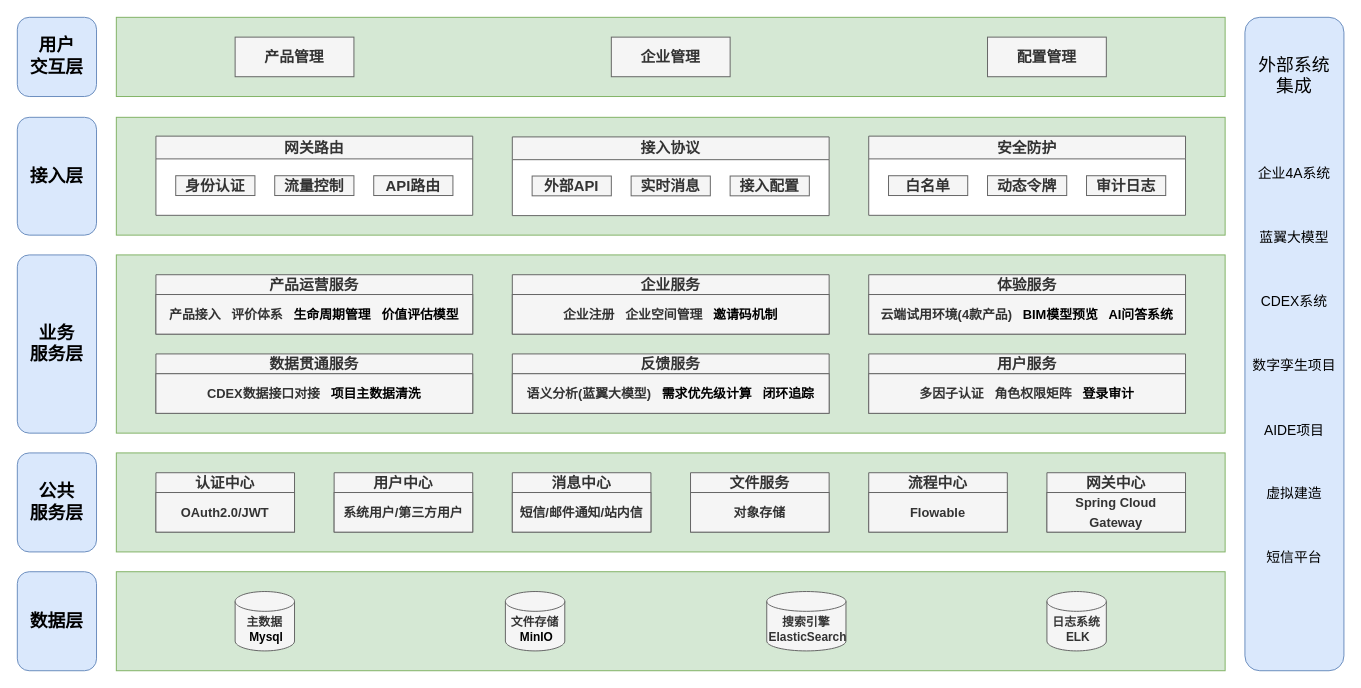
The draw.io diagram page "系统架构" (6 of 7) of others/产品中心.drawio in Qunz/drawio, before the edit. Source tidied: cells renumbered, new cells numbered last; positions are measured from the earlier drawing's top-left corner, leaving out a move shared by most shapes. Both pictures are drawn from the tidied source at 99%, with x=0, y=0 at pixel (17, 17).
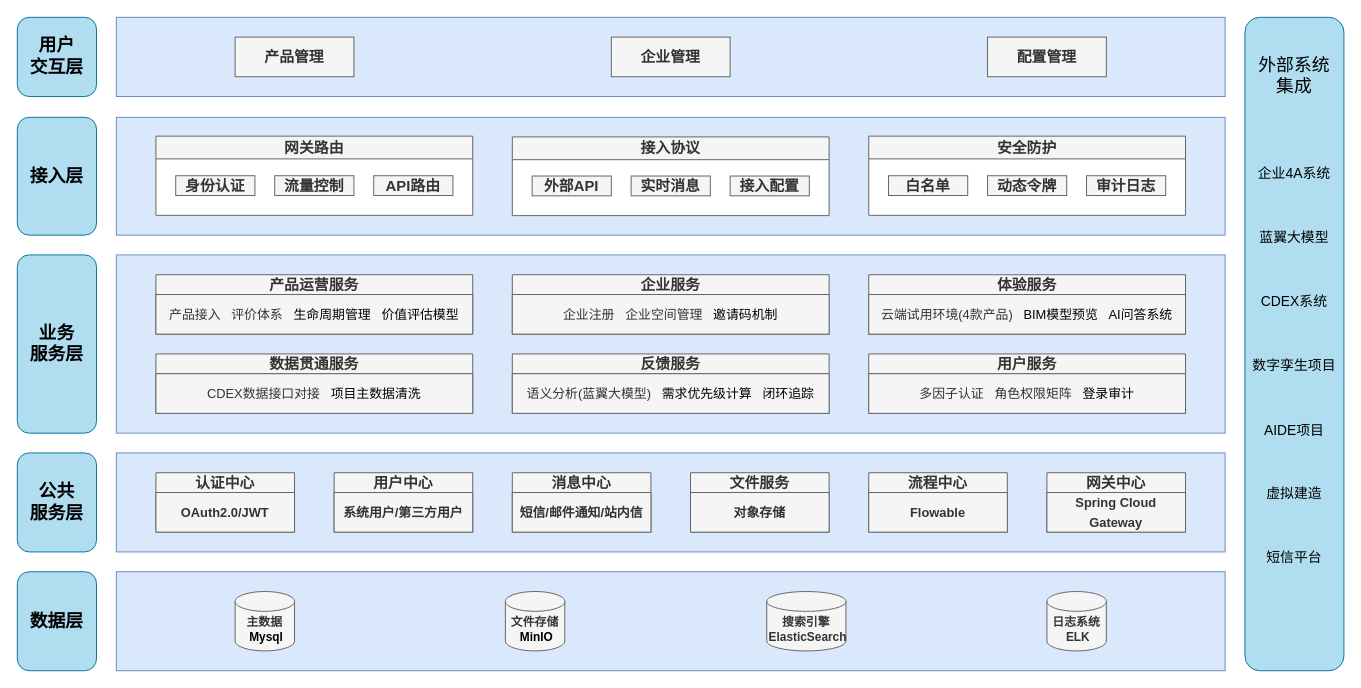
The same diagram, later.

Commit message:
更新产品中心.drawio

The change refers to these unchanged cells:
```xml
<mxCell id="27" value="产品运营服务" style="swimlane;whiteSpace=wrap;html=1;startSize=20;fillColor=#f5f5f5;strokeColor=#666666;rounded=0;align=center;verticalAlign=middle;fontFamily=Helvetica;fontSize=15;fontColor=#333333;fontStyle=1;" parent="1" vertex="1">
  <mxGeometry x="140" y="260" width="320" height="60" as="geometry" />
</mxCell>
<mxCell id="29" value="企业服务" style="swimlane;whiteSpace=wrap;html=1;startSize=20;fillColor=#f5f5f5;strokeColor=#666666;rounded=0;align=center;verticalAlign=middle;fontFamily=Helvetica;fontSize=15;fontColor=#333333;fontStyle=1;" parent="1" vertex="1">
  <mxGeometry x="500" y="260" width="320" height="60" as="geometry" />
</mxCell>
<mxCell id="31" value="用户服务" style="swimlane;whiteSpace=wrap;html=1;startSize=20;fillColor=#f5f5f5;strokeColor=#666666;rounded=0;align=center;verticalAlign=middle;fontFamily=Helvetica;fontSize=15;fontColor=#333333;fontStyle=1;" parent="1" vertex="1">
  <mxGeometry x="860" y="340" width="320" height="60" as="geometry" />
</mxCell>
<mxCell id="33" value="体验服务" style="swimlane;whiteSpace=wrap;html=1;startSize=20;fillColor=#f5f5f5;strokeColor=#666666;rounded=0;align=center;verticalAlign=middle;fontFamily=Helvetica;fontSize=15;fontColor=#333333;fontStyle=1;" parent="1" vertex="1">
  <mxGeometry x="860" y="260" width="320" height="60" as="geometry" />
</mxCell>
<mxCell id="35" value="反馈服务" style="swimlane;whiteSpace=wrap;html=1;startSize=20;fillColor=#f5f5f5;strokeColor=#666666;rounded=0;align=center;verticalAlign=middle;fontFamily=Helvetica;fontSize=15;fontColor=#333333;fontStyle=1;" parent="1" vertex="1">
  <mxGeometry x="500" y="340" width="320" height="60" as="geometry" />
</mxCell>
<mxCell id="37" value="数据贯通服务" style="swimlane;whiteSpace=wrap;html=1;startSize=20;fillColor=#f5f5f5;strokeColor=#666666;rounded=0;align=center;verticalAlign=middle;fontFamily=Helvetica;fontSize=15;fontColor=#333333;fontStyle=1;" parent="1" vertex="1">
  <mxGeometry x="140" y="340" width="320" height="60" as="geometry" />
</mxCell>
```

Diff of the diagram source:
```diff
@@
-    <mxCell id="2" value="公共&lt;div&gt;服务层&lt;/div&gt;" style="rounded=1;whiteSpace=wrap;html=1;fontStyle=1;fontSize=18;labelBackgroundColor=none;fillColor=#dae8fc;strokeColor=#6c8ebf;align=center;verticalAlign=middle;fontFamily=Helvetica;" parent="1" vertex="1">
+    <mxCell id="2" value="公共&lt;div&gt;服务层&lt;/div&gt;" style="rounded=1;whiteSpace=wrap;html=1;fontStyle=1;fontSize=18;labelBackgroundColor=none;fillColor=#b1ddf0;strokeColor=#10739e;align=center;verticalAlign=middle;fontFamily=Helvetica;" parent="1" vertex="1">
       <mxGeometry y="440" width="80" height="100" as="geometry" />
     </mxCell>
-    <mxCell id="3" value="用户&lt;div&gt;交互层&lt;/div&gt;" style="rounded=1;whiteSpace=wrap;html=1;fontStyle=1;fontSize=18;labelBackgroundColor=none;fillColor=#dae8fc;strokeColor=#6c8ebf;align=center;verticalAlign=middle;fontFamily=Helvetica;" parent="1" vertex="1">
+    <mxCell id="3" value="用户&lt;div&gt;交互层&lt;/div&gt;" style="rounded=1;whiteSpace=wrap;html=1;fontStyle=1;fontSize=18;labelBackgroundColor=none;fillColor=#b1ddf0;strokeColor=#10739e;align=center;verticalAlign=middle;fontFamily=Helvetica;" parent="1" vertex="1">
       <mxGeometry width="80" height="80" as="geometry" />
     </mxCell>
-    <mxCell id="4" style="rounded=0;whiteSpace=wrap;html=1;fillColor=#d5e8d4;labelBackgroundColor=none;strokeColor=#82b366;align=center;verticalAlign=middle;fontFamily=Helvetica;fontSize=12;" parent="1" vertex="1">
+    <mxCell id="4" style="rounded=0;whiteSpace=wrap;html=1;fillColor=#dae8fc;labelBackgroundColor=none;strokeColor=#6c8ebf;align=center;verticalAlign=middle;fontFamily=Helvetica;fontSize=12;" parent="1" vertex="1">
       <mxGeometry x="100" width="1120" height="80" as="geometry" />
     </mxCell>
-    <mxCell id="5" value="接入层" style="rounded=1;whiteSpace=wrap;html=1;fontStyle=1;fontSize=18;labelBackgroundColor=none;fillColor=#dae8fc;strokeColor=#6c8ebf;align=center;verticalAlign=middle;fontFamily=Helvetica;" parent="1" vertex="1">
+    <mxCell id="5" value="接入层" style="rounded=1;whiteSpace=wrap;html=1;fontStyle=1;fontSize=18;labelBackgroundColor=none;fillColor=#b1ddf0;strokeColor=#10739e;align=center;verticalAlign=middle;fontFamily=Helvetica;" parent="1" vertex="1">
       <mxGeometry y="101" width="80" height="119" as="geometry" />
     </mxCell>
-    <mxCell id="6" style="rounded=0;whiteSpace=wrap;html=1;fillColor=#d5e8d4;strokeColor=#82b366;align=center;verticalAlign=middle;fontFamily=Helvetica;fontSize=12;labelBackgroundColor=none;" parent="1" vertex="1">
+    <mxCell id="6" style="rounded=0;whiteSpace=wrap;html=1;fillColor=#dae8fc;strokeColor=#6c8ebf;align=center;verticalAlign=middle;fontFamily=Helvetica;fontSize=12;labelBackgroundColor=none;" parent="1" vertex="1">
       <mxGeometry x="100" y="101" width="1120" height="119" as="geometry" />
     </mxCell>
-    <mxCell id="7" value="业务&lt;div&gt;服务层&lt;/div&gt;" style="rounded=1;whiteSpace=wrap;html=1;fontStyle=1;fontSize=18;labelBackgroundColor=none;fillColor=#dae8fc;strokeColor=#6c8ebf;align=center;verticalAlign=middle;fontFamily=Helvetica;" parent="1" vertex="1">
+    <mxCell id="7" value="业务&lt;div&gt;服务层&lt;/div&gt;" style="rounded=1;whiteSpace=wrap;html=1;fontStyle=1;fontSize=18;labelBackgroundColor=none;fillColor=#b1ddf0;strokeColor=#10739e;align=center;verticalAlign=middle;fontFamily=Helvetica;" parent="1" vertex="1">
       <mxGeometry y="240" width="80" height="180" as="geometry" />
     </mxCell>
-    <mxCell id="8" style="rounded=0;whiteSpace=wrap;html=1;fillColor=#d5e8d4;strokeColor=#82b366;align=center;verticalAlign=middle;fontFamily=Helvetica;fontSize=12;labelBackgroundColor=none;" parent="1" vertex="1">
+    <mxCell id="8" style="rounded=0;whiteSpace=wrap;html=1;fillColor=#dae8fc;strokeColor=#6c8ebf;align=center;verticalAlign=middle;fontFamily=Helvetica;fontSize=12;labelBackgroundColor=none;" parent="1" vertex="1">
       <mxGeometry x="100" y="240" width="1120" height="180" as="geometry" />
     </mxCell>
-    <mxCell id="9" style="rounded=0;whiteSpace=wrap;html=1;fillColor=#d5e8d4;strokeColor=#82b366;align=center;verticalAlign=middle;fontFamily=Helvetica;fontSize=12;labelBackgroundColor=none;" parent="1" vertex="1">
+    <mxCell id="9" style="rounded=0;whiteSpace=wrap;html=1;fillColor=#dae8fc;strokeColor=#6c8ebf;align=center;verticalAlign=middle;fontFamily=Helvetica;fontSize=12;labelBackgroundColor=none;" parent="1" vertex="1">
       <mxGeometry x="100" y="440" width="1120" height="100" as="geometry" />
     </mxCell>
-    <mxCell id="10" value="数据层" style="rounded=1;whiteSpace=wrap;html=1;fontStyle=1;fontSize=18;labelBackgroundColor=none;fillColor=#dae8fc;strokeColor=#6c8ebf;align=center;verticalAlign=middle;fontFamily=Helvetica;" parent="1" vertex="1">
+    <mxCell id="10" value="数据层" style="rounded=1;whiteSpace=wrap;html=1;fontStyle=1;fontSize=18;labelBackgroundColor=none;fillColor=#b1ddf0;strokeColor=#10739e;align=center;verticalAlign=middle;fontFamily=Helvetica;" parent="1" vertex="1">
       <mxGeometry y="560" width="80" height="100" as="geometry" />
     </mxCell>
-    <mxCell id="11" style="rounded=0;whiteSpace=wrap;html=1;fillColor=#d5e8d4;strokeColor=#82b366;align=center;verticalAlign=middle;fontFamily=Helvetica;fontSize=12;labelBackgroundColor=none;" parent="1" vertex="1">
+    <mxCell id="11" style="rounded=0;whiteSpace=wrap;html=1;fillColor=#dae8fc;strokeColor=#6c8ebf;align=center;verticalAlign=middle;fontFamily=Helvetica;fontSize=12;labelBackgroundColor=none;" parent="1" vertex="1">
       <mxGeometry x="100" y="560" width="1120" height="100" as="geometry" />
     </mxCell>
@@
-    <mxCell id="28" value="&lt;div style=&quot;line-height: 150%;&quot;&gt;产品接入&amp;nbsp; &amp;nbsp;评价体系&amp;nbsp; &amp;nbsp;&lt;span style=&quot;background-color: transparent; color: light-dark(rgb(0, 0, 0), rgb(255, 255, 255));&quot;&gt;生命周期管理&amp;nbsp; &amp;nbsp;价值评估模型&lt;/span&gt;&lt;/div&gt;" style="text;html=1;align=center;verticalAlign=middle;whiteSpace=wrap;rounded=0;spacing=2;spacingTop=0;fillColor=#f5f5f5;strokeColor=#666666;fontFamily=Helvetica;fontSize=13;fontColor=#333333;fontStyle=1;" parent="27" vertex="1">
+    <mxCell id="28" value="&lt;div style=&quot;line-height: 150%;&quot;&gt;产品接入&amp;nbsp; &amp;nbsp;评价体系&amp;nbsp; &amp;nbsp;&lt;span style=&quot;background-color: transparent; color: light-dark(rgb(0, 0, 0), rgb(255, 255, 255));&quot;&gt;生命周期管理&amp;nbsp; &amp;nbsp;价值评估模型&lt;/span&gt;&lt;/div&gt;" style="text;html=1;align=center;verticalAlign=middle;whiteSpace=wrap;rounded=0;spacing=2;spacingTop=0;fillColor=#f5f5f5;strokeColor=#666666;fontFamily=Helvetica;fontSize=13;fontColor=#333333;fontStyle=0;" parent="27" vertex="1">
       <mxGeometry y="20" width="320" height="40" as="geometry" />
     </mxCell>
@@
-    <mxCell id="30" value="&lt;div style=&quot;line-height: 150%;&quot;&gt;企业注册&amp;nbsp; &amp;nbsp;企业空间管理&amp;nbsp; &amp;nbsp;&lt;span style=&quot;background-color: transparent; color: light-dark(rgb(0, 0, 0), rgb(255, 255, 255));&quot;&gt;邀请码机制&lt;/span&gt;&lt;/div&gt;" style="text;html=1;align=center;verticalAlign=middle;whiteSpace=wrap;rounded=0;fillColor=#f5f5f5;strokeColor=#666666;fontFamily=Helvetica;fontSize=13;fontColor=#333333;fontStyle=1;" parent="29" vertex="1">
+    <mxCell id="30" value="&lt;div style=&quot;line-height: 150%;&quot;&gt;企业注册&amp;nbsp; &amp;nbsp;企业空间管理&amp;nbsp; &amp;nbsp;&lt;span style=&quot;background-color: transparent; color: light-dark(rgb(0, 0, 0), rgb(255, 255, 255));&quot;&gt;邀请码机制&lt;/span&gt;&lt;/div&gt;" style="text;html=1;align=center;verticalAlign=middle;whiteSpace=wrap;rounded=0;fillColor=#f5f5f5;strokeColor=#666666;fontFamily=Helvetica;fontSize=13;fontColor=#333333;fontStyle=0;" parent="29" vertex="1">
       <mxGeometry y="20" width="320" height="40" as="geometry" />
     </mxCell>
@@
-    <mxCell id="32" value="&lt;div style=&quot;line-height: 150%;&quot;&gt;多因子认证&amp;nbsp; &amp;nbsp;角色权限矩阵&amp;nbsp; &amp;nbsp;&lt;span style=&quot;background-color: transparent; color: light-dark(rgb(0, 0, 0), rgb(255, 255, 255));&quot;&gt;登录审计&lt;/span&gt;&lt;/div&gt;" style="text;html=1;align=center;verticalAlign=middle;whiteSpace=wrap;rounded=0;fillColor=#f5f5f5;strokeColor=#666666;fontFamily=Helvetica;fontSize=13;fontColor=#333333;fontStyle=1;" parent="31" vertex="1">
+    <mxCell id="32" value="&lt;div style=&quot;line-height: 150%;&quot;&gt;多因子认证&amp;nbsp; &amp;nbsp;角色权限矩阵&amp;nbsp; &amp;nbsp;&lt;span style=&quot;background-color: transparent; color: light-dark(rgb(0, 0, 0), rgb(255, 255, 255));&quot;&gt;登录审计&lt;/span&gt;&lt;/div&gt;" style="text;html=1;align=center;verticalAlign=middle;whiteSpace=wrap;rounded=0;fillColor=#f5f5f5;strokeColor=#666666;fontFamily=Helvetica;fontSize=13;fontColor=#333333;fontStyle=0;" parent="31" vertex="1">
       <mxGeometry y="20" width="320" height="40" as="geometry" />
     </mxCell>
@@
-    <mxCell id="34" value="&lt;div style=&quot;line-height: 150%;&quot;&gt;云端试用环境(4款产品)&amp;nbsp; &amp;nbsp;&lt;span style=&quot;background-color: transparent; color: light-dark(rgb(0, 0, 0), rgb(255, 255, 255));&quot;&gt;BIM模型预览&amp;nbsp; &amp;nbsp;AI问答系统&lt;/span&gt;&lt;/div&gt;" style="text;html=1;align=center;verticalAlign=middle;whiteSpace=wrap;rounded=0;fillColor=#f5f5f5;strokeColor=#666666;fontFamily=Helvetica;fontSize=13;fontColor=#333333;fontStyle=1;" parent="33" vertex="1">
+    <mxCell id="34" value="&lt;div style=&quot;line-height: 150%;&quot;&gt;云端试用环境(4款产品)&amp;nbsp; &amp;nbsp;&lt;span style=&quot;background-color: transparent; color: light-dark(rgb(0, 0, 0), rgb(255, 255, 255));&quot;&gt;BIM模型预览&amp;nbsp; &amp;nbsp;AI问答系统&lt;/span&gt;&lt;/div&gt;" style="text;html=1;align=center;verticalAlign=middle;whiteSpace=wrap;rounded=0;fillColor=#f5f5f5;strokeColor=#666666;fontFamily=Helvetica;fontSize=13;fontColor=#333333;fontStyle=0;" parent="33" vertex="1">
       <mxGeometry y="20" width="320" height="40" as="geometry" />
     </mxCell>
@@
-    <mxCell id="36" value="&lt;div style=&quot;line-height: 150%;&quot;&gt;语义分析(蓝翼大模型)&amp;nbsp; &amp;nbsp;&lt;span style=&quot;background-color: transparent; color: light-dark(rgb(0, 0, 0), rgb(255, 255, 255));&quot;&gt;需求优先级计算&amp;nbsp; &amp;nbsp;闭环追踪&lt;/span&gt;&lt;/div&gt;" style="text;html=1;align=center;verticalAlign=middle;whiteSpace=wrap;rounded=0;fillColor=#f5f5f5;strokeColor=#666666;fontFamily=Helvetica;fontSize=13;fontColor=#333333;fontStyle=1;" parent="35" vertex="1">
+    <mxCell id="36" value="&lt;div style=&quot;line-height: 150%;&quot;&gt;语义分析(蓝翼大模型)&amp;nbsp; &amp;nbsp;&lt;span style=&quot;background-color: transparent; color: light-dark(rgb(0, 0, 0), rgb(255, 255, 255));&quot;&gt;需求优先级计算&amp;nbsp; &amp;nbsp;闭环追踪&lt;/span&gt;&lt;/div&gt;" style="text;html=1;align=center;verticalAlign=middle;whiteSpace=wrap;rounded=0;fillColor=#f5f5f5;strokeColor=#666666;fontFamily=Helvetica;fontSize=13;fontColor=#333333;fontStyle=0;" parent="35" vertex="1">
       <mxGeometry y="20" width="320" height="40" as="geometry" />
     </mxCell>
@@
-    <mxCell id="38" value="&lt;div style=&quot;line-height: 150%;&quot;&gt;CDEX数据接口对接&amp;nbsp; &amp;nbsp;&lt;span style=&quot;background-color: transparent; color: light-dark(rgb(0, 0, 0), rgb(255, 255, 255));&quot;&gt;项目主数据清洗&lt;/span&gt;&lt;/div&gt;" style="text;html=1;align=center;verticalAlign=middle;whiteSpace=wrap;rounded=0;fillColor=#f5f5f5;strokeColor=#666666;fontFamily=Helvetica;fontSize=13;fontColor=#333333;fontStyle=1;" parent="37" vertex="1">
+    <mxCell id="38" value="&lt;div style=&quot;line-height: 150%;&quot;&gt;CDEX数据接口对接&amp;nbsp; &amp;nbsp;&lt;span style=&quot;background-color: transparent; color: light-dark(rgb(0, 0, 0), rgb(255, 255, 255));&quot;&gt;项目主数据清洗&lt;/span&gt;&lt;/div&gt;" style="text;html=1;align=center;verticalAlign=middle;whiteSpace=wrap;rounded=0;fillColor=#f5f5f5;strokeColor=#666666;fontFamily=Helvetica;fontSize=13;fontColor=#333333;fontStyle=0;" parent="37" vertex="1">
       <mxGeometry y="20" width="320" height="40" as="geometry" />
     </mxCell>
@@
-    <mxCell id="55" value="&lt;div&gt;&lt;span style=&quot;font-weight: normal;&quot;&gt;&lt;br&gt;&lt;/span&gt;&lt;/div&gt;&lt;font style=&quot;font-size: 18px; font-weight: normal;&quot;&gt;外部系统&lt;/font&gt;&lt;div&gt;&lt;font style=&quot;font-size: 18px; font-weight: normal;&quot;&gt;集成&lt;/font&gt;&lt;div&gt;&lt;span style=&quot;font-weight: normal;&quot;&gt;&lt;br&gt;&lt;/span&gt;&lt;/div&gt;&lt;div&gt;&lt;span style=&quot;font-weight: normal;&quot;&gt;&lt;br&gt;&lt;/span&gt;&lt;/div&gt;&lt;div&gt;&lt;span style=&quot;font-weight: normal;&quot;&gt;&lt;br&gt;&lt;/span&gt;&lt;/div&gt;&lt;div&gt;&lt;font style=&quot;font-size: 14px; font-weight: normal;&quot;&gt;企业4A系统&lt;/font&gt;&lt;/div&gt;&lt;div&gt;&lt;font style=&quot;font-size: 14px; font-weight: normal;&quot;&gt;&lt;br&gt;&lt;/font&gt;&lt;/div&gt;&lt;div&gt;&lt;font style=&quot;font-size: 14px; font-weight: normal;&quot;&gt;&lt;br&gt;&lt;/font&gt;&lt;/div&gt;&lt;div&gt;&lt;font style=&quot;font-size: 14px; font-weight: normal;&quot;&gt;蓝翼大模型&lt;/font&gt;&lt;/div&gt;&lt;div&gt;&lt;font style=&quot;font-size: 14px; font-weight: normal;&quot;&gt;&lt;br&gt;&lt;/font&gt;&lt;/div&gt;&lt;div&gt;&lt;font style=&quot;font-size: 14px; font-weight: normal;&quot;&gt;&lt;br&gt;&lt;/font&gt;&lt;/div&gt;&lt;div&gt;&lt;font style=&quot;font-size: 14px; font-weight: normal;&quot;&gt;CDEX系统&lt;br&gt;&lt;br&gt;&lt;br&gt;数字孪生项目&lt;/font&gt;&lt;/div&gt;&lt;div&gt;&lt;font style=&quot;font-size: 14px; font-weight: normal;&quot;&gt;&lt;br&gt;&lt;/font&gt;&lt;/div&gt;&lt;div&gt;&lt;font style=&quot;font-size: 14px; font-weight: normal;&quot;&gt;&lt;br&gt;&lt;/font&gt;&lt;/div&gt;&lt;div&gt;&lt;font style=&quot;font-size: 14px; font-weight: normal;&quot;&gt;AIDE项目&lt;br&gt;&lt;br&gt;&lt;br&gt;虚拟建造&lt;/font&gt;&lt;/div&gt;&lt;div&gt;&lt;font style=&quot;font-size: 14px; font-weight: normal;&quot;&gt;&lt;br&gt;&lt;/font&gt;&lt;/div&gt;&lt;div&gt;&lt;font style=&quot;font-size: 14px; font-weight: normal;&quot;&gt;&lt;br&gt;&lt;/font&gt;&lt;/div&gt;&lt;div&gt;&lt;font style=&quot;font-size: 14px; font-weight: normal;&quot;&gt;短信平台&lt;/font&gt;&lt;/div&gt;&lt;/div&gt;" style="rounded=1;whiteSpace=wrap;html=1;verticalAlign=top;spacingBottom=0;spacingTop=10;fillColor=#dae8fc;strokeColor=#6c8ebf;align=center;fontFamily=Helvetica;fontSize=18;fontStyle=1;labelBackgroundColor=none;" parent="1" vertex="1">
+    <mxCell id="55" value="&lt;div&gt;&lt;span style=&quot;font-weight: normal;&quot;&gt;&lt;br&gt;&lt;/span&gt;&lt;/div&gt;&lt;font style=&quot;font-size: 18px; font-weight: normal;&quot;&gt;外部系统&lt;/font&gt;&lt;div&gt;&lt;font style=&quot;font-size: 18px; font-weight: normal;&quot;&gt;集成&lt;/font&gt;&lt;div&gt;&lt;span style=&quot;font-weight: normal;&quot;&gt;&lt;br&gt;&lt;/span&gt;&lt;/div&gt;&lt;div&gt;&lt;span style=&quot;font-weight: normal;&quot;&gt;&lt;br&gt;&lt;/span&gt;&lt;/div&gt;&lt;div&gt;&lt;span style=&quot;font-weight: normal;&quot;&gt;&lt;br&gt;&lt;/span&gt;&lt;/div&gt;&lt;div&gt;&lt;font style=&quot;font-size: 14px; font-weight: normal;&quot;&gt;企业4A系统&lt;/font&gt;&lt;/div&gt;&lt;div&gt;&lt;font style=&quot;font-size: 14px; font-weight: normal;&quot;&gt;&lt;br&gt;&lt;/font&gt;&lt;/div&gt;&lt;div&gt;&lt;font style=&quot;font-size: 14px; font-weight: normal;&quot;&gt;&lt;br&gt;&lt;/font&gt;&lt;/div&gt;&lt;div&gt;&lt;font style=&quot;font-size: 14px; font-weight: normal;&quot;&gt;蓝翼大模型&lt;/font&gt;&lt;/div&gt;&lt;div&gt;&lt;font style=&quot;font-size: 14px; font-weight: normal;&quot;&gt;&lt;br&gt;&lt;/font&gt;&lt;/div&gt;&lt;div&gt;&lt;font style=&quot;font-size: 14px; font-weight: normal;&quot;&gt;&lt;br&gt;&lt;/font&gt;&lt;/div&gt;&lt;div&gt;&lt;font style=&quot;font-size: 14px; font-weight: normal;&quot;&gt;CDEX系统&lt;br&gt;&lt;br&gt;&lt;br&gt;数字孪生项目&lt;/font&gt;&lt;/div&gt;&lt;div&gt;&lt;font style=&quot;font-size: 14px; font-weight: normal;&quot;&gt;&lt;br&gt;&lt;/font&gt;&lt;/div&gt;&lt;div&gt;&lt;font style=&quot;font-size: 14px; font-weight: normal;&quot;&gt;&lt;br&gt;&lt;/font&gt;&lt;/div&gt;&lt;div&gt;&lt;font style=&quot;font-size: 14px; font-weight: normal;&quot;&gt;AIDE项目&lt;br&gt;&lt;br&gt;&lt;br&gt;虚拟建造&lt;/font&gt;&lt;/div&gt;&lt;div&gt;&lt;font style=&quot;font-size: 14px; font-weight: normal;&quot;&gt;&lt;br&gt;&lt;/font&gt;&lt;/div&gt;&lt;div&gt;&lt;font style=&quot;font-size: 14px; font-weight: normal;&quot;&gt;&lt;br&gt;&lt;/font&gt;&lt;/div&gt;&lt;div&gt;&lt;font style=&quot;font-size: 14px; font-weight: normal;&quot;&gt;短信平台&lt;/font&gt;&lt;/div&gt;&lt;/div&gt;" style="rounded=1;whiteSpace=wrap;html=1;verticalAlign=top;spacingBottom=0;spacingTop=10;fillColor=#b1ddf0;strokeColor=#10739e;align=center;fontFamily=Helvetica;fontSize=18;fontStyle=1;labelBackgroundColor=none;" parent="1" vertex="1">
       <mxGeometry x="1240" width="100" height="660" as="geometry" />
     </mxCell>
```
